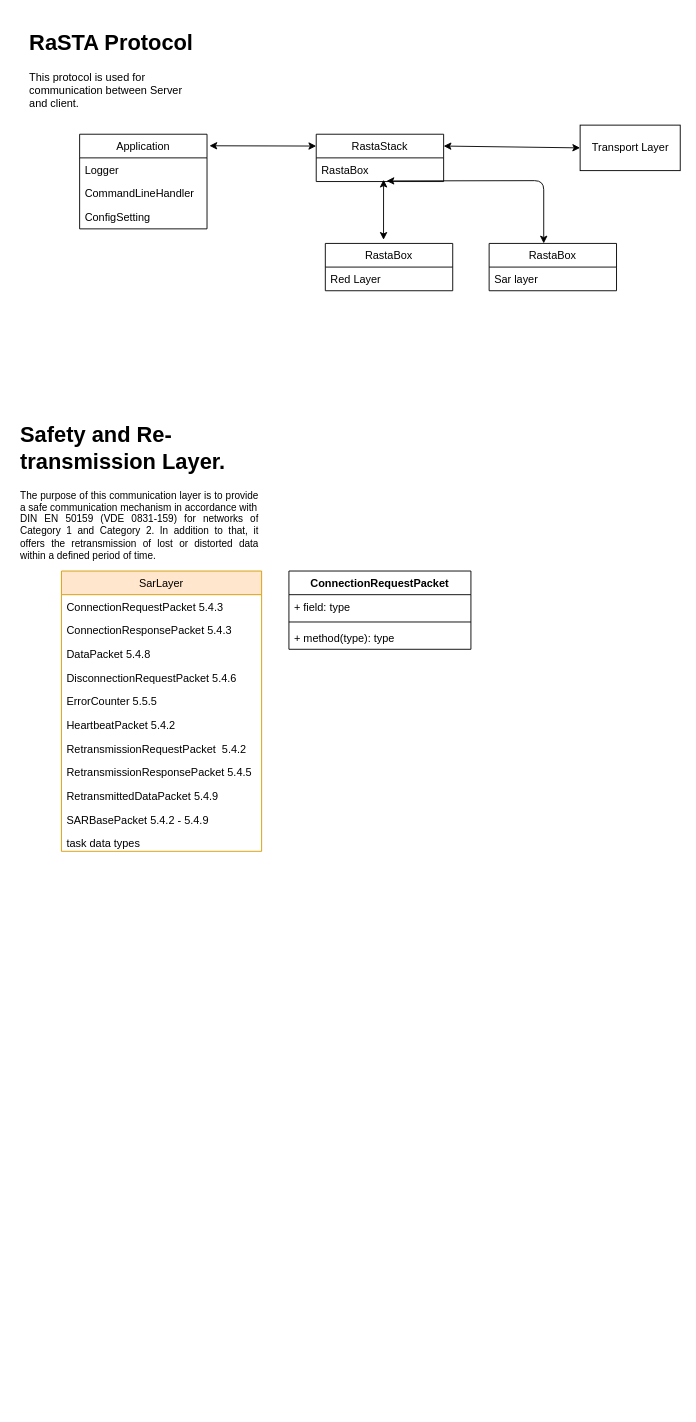
The draw.io diagram Untitled Diagram.drawio in rvsolanki97/Speaker_Identification_python_project, before the edit. Source tidied: cells renumbered, new cells numbered last; positions are measured from the earlier drawing's top-left corner, leaving out a move shared by most shapes. Both pictures are drawn from the tidied source at 91%, with x=0, y=0 at pixel (15, 25).
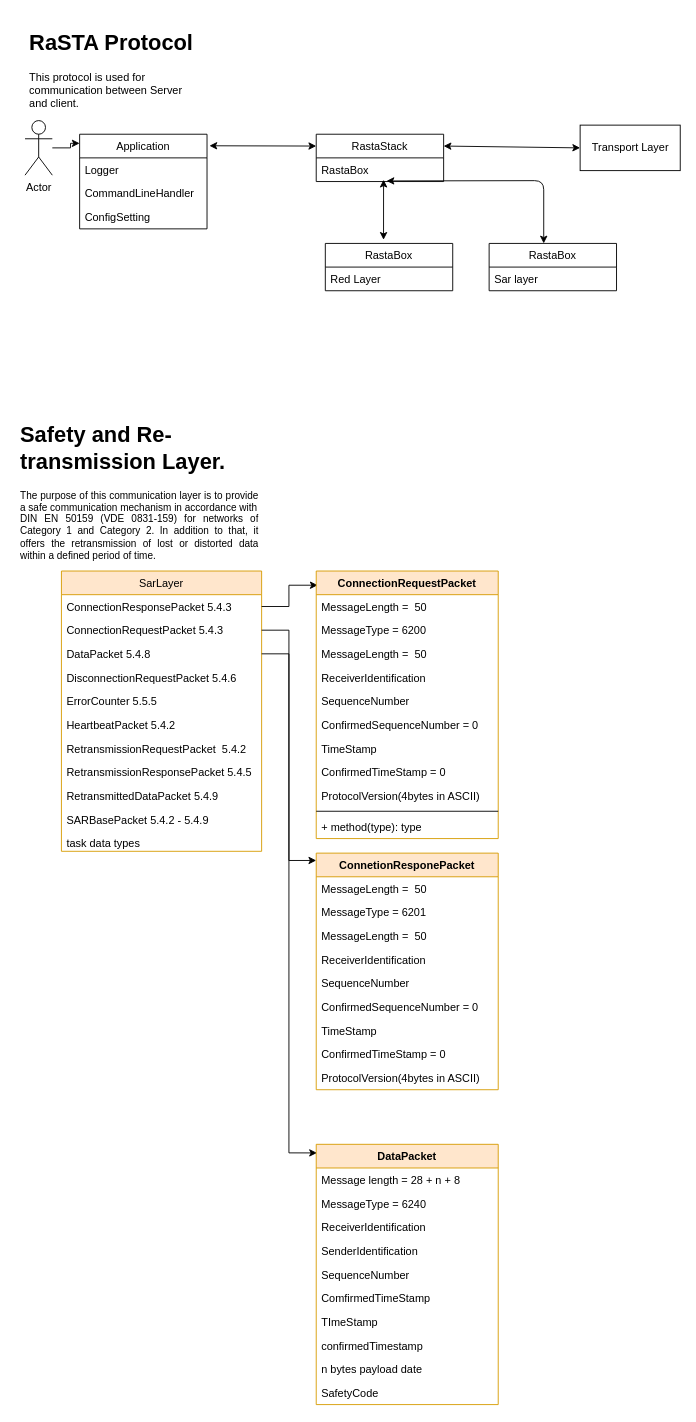
After the change.

The change refers to these unchanged cells:
```xml
<mxCell id="3" value="Application" style="swimlane;fontStyle=0;horizontal=1;startSize=26;fillColor=none;" parent="1" vertex="1">
  <mxGeometry x="70" y="120" width="140" height="104" as="geometry" />
</mxCell>
<mxCell id="19" value="SarLayer" style="swimlane;fontStyle=0;horizontal=1;startSize=26;fillColor=#ffe6cc;strokeColor=#d79b00;" parent="1" vertex="1">
  <mxGeometry x="50" y="600" width="220" height="308" as="geometry" />
</mxCell>
<mxCell id="22" value="DataPacket 5.4.8" style="text;strokeColor=none;fillColor=none;align=left;verticalAlign=top;spacingLeft=4;spacingRight=4;overflow=hidden;points=[[0,0.5],[1,0.5]];portConstraint=eastwest;" parent="19" vertex="1">
  <mxGeometry y="78" width="220" height="26" as="geometry" />
</mxCell>
```

Change to the diagram source:
```diff
@@
+    <mxCell id="21" value="ConnectionResponsePacket 5.4.3" style="text;strokeColor=none;fillColor=none;align=left;verticalAlign=top;spacingLeft=4;spacingRight=4;overflow=hidden;points=[[0,0.5],[1,0.5]];portConstraint=eastwest;" parent="19" vertex="1">
+      <mxGeometry y="26" width="220" height="26" as="geometry" />
+    </mxCell>
     <mxCell id="20" value="ConnectionRequestPacket 5.4.3" style="text;strokeColor=none;fillColor=none;align=left;verticalAlign=top;spacingLeft=4;spacingRight=4;overflow=hidden;points=[[0,0.5],[1,0.5]];portConstraint=eastwest;" parent="19" vertex="1">
-      <mxGeometry y="26" width="220" height="26" as="geometry" />
+      <mxGeometry y="52" width="220" height="26" as="geometry" />
     </mxCell>
-    <mxCell id="21" value="ConnectionResponsePacket 5.4.3" style="text;strokeColor=none;fillColor=none;align=left;verticalAlign=top;spacingLeft=4;spacingRight=4;overflow=hidden;points=[[0,0.5],[1,0.5]];portConstraint=eastwest;" parent="19" vertex="1">
-      <mxGeometry y="52" width="220" height="26" as="geometry" />
-    </mxCell>
@@
+    <mxCell id="35" style="edgeStyle=orthogonalEdgeStyle;rounded=0;jettySize=auto;html=1;entryX=0.008;entryY=0.053;entryDx=0;entryDy=0;entryPerimeter=0;" parent="1" edge="1" source="21" target="31">
+      <mxGeometry relative="1" as="geometry" />
+    </mxCell>
-    <mxCell id="31" value="ConnectionRequestPacket" style="swimlane;fontStyle=1;align=center;verticalAlign=top;horizontal=1;startSize=26;" parent="1" vertex="1">
-      <mxGeometry x="300" y="600" width="200" height="86" as="geometry" />
+    <mxCell id="31" value="ConnectionRequestPacket" style="swimlane;fontStyle=1;align=center;verticalAlign=top;horizontal=1;startSize=26;fillColor=#ffe6cc;strokeColor=#d79b00;" parent="1" vertex="1">
+      <mxGeometry x="330" y="600" width="200" height="294" as="geometry" />
     </mxCell>
-    <mxCell id="32" value="+ field: type" style="text;strokeColor=none;fillColor=none;align=left;verticalAlign=top;spacingLeft=4;spacingRight=4;overflow=hidden;" parent="31" vertex="1">
+    <mxCell id="32" value="MessageLength =  50" style="text;strokeColor=none;fillColor=none;align=left;verticalAlign=top;spacingLeft=4;spacingRight=4;overflow=hidden;" parent="31" vertex="1">
       <mxGeometry y="26" width="200" height="26" as="geometry" />
     </mxCell>
+    <mxCell id="36" value="MessageType = 6200" style="text;strokeColor=none;fillColor=none;align=left;verticalAlign=top;spacingLeft=4;spacingRight=4;overflow=hidden;" parent="31" vertex="1">
+      <mxGeometry y="52" width="200" height="26" as="geometry" />
+    </mxCell>
+    <mxCell id="37" value="MessageLength =  50" style="text;strokeColor=none;fillColor=none;align=left;verticalAlign=top;spacingLeft=4;spacingRight=4;overflow=hidden;" parent="31" vertex="1">
+      <mxGeometry y="78" width="200" height="26" as="geometry" />
+    </mxCell>
+    <mxCell id="38" value="ReceiverIdentification" style="text;strokeColor=none;fillColor=none;align=left;verticalAlign=top;spacingLeft=4;spacingRight=4;overflow=hidden;" parent="31" vertex="1">
+      <mxGeometry y="104" width="200" height="26" as="geometry" />
+    </mxCell>
+    <mxCell id="39" value="SequenceNumber" style="text;strokeColor=none;fillColor=none;align=left;verticalAlign=top;spacingLeft=4;spacingRight=4;overflow=hidden;" parent="31" vertex="1">
+      <mxGeometry y="130" width="200" height="26" as="geometry" />
+    </mxCell>
+    <mxCell id="40" value="ConfirmedSequenceNumber = 0" style="text;strokeColor=none;fillColor=none;align=left;verticalAlign=top;spacingLeft=4;spacingRight=4;overflow=hidden;" parent="31" vertex="1">
+      <mxGeometry y="156" width="200" height="26" as="geometry" />
+    </mxCell>
+    <mxCell id="41" value="TimeStamp" style="text;strokeColor=none;fillColor=none;align=left;verticalAlign=top;spacingLeft=4;spacingRight=4;overflow=hidden;" parent="31" vertex="1">
+      <mxGeometry y="182" width="200" height="26" as="geometry" />
+    </mxCell>
+    <mxCell id="42" value="ConfirmedTimeStamp = 0" style="text;strokeColor=none;fillColor=none;align=left;verticalAlign=top;spacingLeft=4;spacingRight=4;overflow=hidden;" parent="31" vertex="1">
+      <mxGeometry y="208" width="200" height="26" as="geometry" />
+    </mxCell>
+    <mxCell id="43" value="ProtocolVersion(4bytes in ASCII)" style="text;strokeColor=none;fillColor=none;align=left;verticalAlign=top;spacingLeft=4;spacingRight=4;overflow=hidden;" parent="31" vertex="1">
+      <mxGeometry y="234" width="200" height="26" as="geometry" />
+    </mxCell>
     <mxCell id="33" style="line;strokeWidth=1;fillColor=none;align=left;verticalAlign=middle;spacingTop=-1;spacingLeft=3;spacingRight=3;labelPosition=right;" parent="31" vertex="1">
-      <mxGeometry y="52" width="200" height="8" as="geometry" />
+      <mxGeometry y="260" width="200" height="8" as="geometry" />
     </mxCell>
     <mxCell id="34" value="+ method(type): type" style="text;strokeColor=none;fillColor=none;align=left;verticalAlign=top;spacingLeft=4;spacingRight=4;overflow=hidden;" parent="31" vertex="1">
-      <mxGeometry y="60" width="200" height="26" as="geometry" />
+      <mxGeometry y="268" width="200" height="26" as="geometry" />
     </mxCell>
+    <mxCell id="44" value="ConnetionResponePacket" style="swimlane;fontStyle=1;align=center;verticalAlign=top;horizontal=1;startSize=26;fillColor=#ffe6cc;strokeColor=#d79b00;" parent="1" vertex="1">
+      <mxGeometry x="330" y="910" width="200" height="260" as="geometry" />
+    </mxCell>
+    <mxCell id="45" value="MessageLength =  50" style="text;strokeColor=none;fillColor=none;align=left;verticalAlign=top;spacingLeft=4;spacingRight=4;overflow=hidden;" parent="44" vertex="1">
+      <mxGeometry y="26" width="200" height="26" as="geometry" />
+    </mxCell>
+    <mxCell id="46" value="MessageType = 6201" style="text;strokeColor=none;fillColor=none;align=left;verticalAlign=top;spacingLeft=4;spacingRight=4;overflow=hidden;" parent="44" vertex="1">
+      <mxGeometry y="52" width="200" height="26" as="geometry" />
+    </mxCell>
+    <mxCell id="47" value="MessageLength =  50" style="text;strokeColor=none;fillColor=none;align=left;verticalAlign=top;spacingLeft=4;spacingRight=4;overflow=hidden;" parent="44" vertex="1">
+      <mxGeometry y="78" width="200" height="26" as="geometry" />
+    </mxCell>
+    <mxCell id="48" value="ReceiverIdentification" style="text;strokeColor=none;fillColor=none;align=left;verticalAlign=top;spacingLeft=4;spacingRight=4;overflow=hidden;" parent="44" vertex="1">
+      <mxGeometry y="104" width="200" height="26" as="geometry" />
+    </mxCell>
+    <mxCell id="49" value="SequenceNumber" style="text;strokeColor=none;fillColor=none;align=left;verticalAlign=top;spacingLeft=4;spacingRight=4;overflow=hidden;" parent="44" vertex="1">
+      <mxGeometry y="130" width="200" height="26" as="geometry" />
+    </mxCell>
+    <mxCell id="50" value="ConfirmedSequenceNumber = 0" style="text;strokeColor=none;fillColor=none;align=left;verticalAlign=top;spacingLeft=4;spacingRight=4;overflow=hidden;" parent="44" vertex="1">
+      <mxGeometry y="156" width="200" height="26" as="geometry" />
+    </mxCell>
+    <mxCell id="51" value="TimeStamp" style="text;strokeColor=none;fillColor=none;align=left;verticalAlign=top;spacingLeft=4;spacingRight=4;overflow=hidden;" parent="44" vertex="1">
+      <mxGeometry y="182" width="200" height="26" as="geometry" />
+    </mxCell>
+    <mxCell id="52" value="ConfirmedTimeStamp = 0" style="text;strokeColor=none;fillColor=none;align=left;verticalAlign=top;spacingLeft=4;spacingRight=4;overflow=hidden;" parent="44" vertex="1">
+      <mxGeometry y="208" width="200" height="26" as="geometry" />
+    </mxCell>
+    <mxCell id="53" value="ProtocolVersion(4bytes in ASCII)" style="text;strokeColor=none;fillColor=none;align=left;verticalAlign=top;spacingLeft=4;spacingRight=4;overflow=hidden;" parent="44" vertex="1">
+      <mxGeometry y="234" width="200" height="26" as="geometry" />
+    </mxCell>
+    <mxCell id="54" style="edgeStyle=orthogonalEdgeStyle;rounded=0;jettySize=auto;html=1;entryX=0;entryY=0.031;entryDx=0;entryDy=0;entryPerimeter=0;" parent="1" edge="1" source="20" target="44">
+      <mxGeometry relative="1" as="geometry" />
+    </mxCell>
+    <mxCell id="55" style="edgeStyle=orthogonalEdgeStyle;rounded=0;jettySize=auto;html=1;entryX=0;entryY=0.096;entryDx=0;entryDy=0;entryPerimeter=0;" parent="1" edge="1" source="56" target="3">
+      <mxGeometry relative="1" as="geometry" />
+    </mxCell>
+    <mxCell id="56" value="Actor" style="shape=umlActor;verticalLabelPosition=bottom;verticalAlign=top;html=1;outlineConnect=0;" parent="1" vertex="1">
+      <mxGeometry x="10" y="105" width="30" height="60" as="geometry" />
+    </mxCell>
+    <mxCell id="57" style="text;strokeColor=none;fillColor=none;align=left;verticalAlign=middle;spacingTop=-1;spacingLeft=4;spacingRight=4;labelPosition=right;" parent="1" vertex="1">
+      <mxGeometry x="370" y="770" width="20" height="14" as="geometry" />
+    </mxCell>
+    <mxCell id="58" style="edgeStyle=orthogonalEdgeStyle;rounded=0;jettySize=auto;html=1;entryX=0.004;entryY=0.033;entryDx=0;entryDy=0;entryPerimeter=0;" parent="1" edge="1" source="22" target="59">
+      <mxGeometry relative="1" as="geometry" />
+    </mxCell>
+    <mxCell id="59" value="DataPacket" style="swimlane;fontStyle=1;align=center;verticalAlign=top;horizontal=1;startSize=26;fillColor=#ffe6cc;strokeColor=#d79b00;" parent="1" vertex="1">
+      <mxGeometry x="330" y="1230" width="200" height="286" as="geometry" />
+    </mxCell>
+    <mxCell id="60" value="Message length = 28 + n + 8" style="text;strokeColor=none;fillColor=none;align=left;verticalAlign=top;spacingLeft=4;spacingRight=4;overflow=hidden;" parent="59" vertex="1">
+      <mxGeometry y="26" width="200" height="26" as="geometry" />
+    </mxCell>
+    <mxCell id="61" value="MessageType = 6240" style="text;strokeColor=none;fillColor=none;align=left;verticalAlign=top;spacingLeft=4;spacingRight=4;overflow=hidden;" parent="59" vertex="1">
+      <mxGeometry y="52" width="200" height="26" as="geometry" />
+    </mxCell>
+    <mxCell id="62" value="ReceiverIdentification" style="text;strokeColor=none;fillColor=none;align=left;verticalAlign=top;spacingLeft=4;spacingRight=4;overflow=hidden;" parent="59" vertex="1">
+      <mxGeometry y="78" width="200" height="26" as="geometry" />
+    </mxCell>
+    <mxCell id="63" value="SenderIdentification" style="text;strokeColor=none;fillColor=none;align=left;verticalAlign=top;spacingLeft=4;spacingRight=4;overflow=hidden;" parent="59" vertex="1">
+      <mxGeometry y="104" width="200" height="26" as="geometry" />
+    </mxCell>
+    <mxCell id="64" value="SequenceNumber" style="text;strokeColor=none;fillColor=none;align=left;verticalAlign=top;spacingLeft=4;spacingRight=4;overflow=hidden;" parent="59" vertex="1">
+      <mxGeometry y="130" width="200" height="26" as="geometry" />
+    </mxCell>
+    <mxCell id="65" value="ComfirmedTimeStamp" style="text;strokeColor=none;fillColor=none;align=left;verticalAlign=top;spacingLeft=4;spacingRight=4;overflow=hidden;" parent="59" vertex="1">
+      <mxGeometry y="156" width="200" height="26" as="geometry" />
+    </mxCell>
+    <mxCell id="66" value="TImeStamp" style="text;strokeColor=none;fillColor=none;align=left;verticalAlign=top;spacingLeft=4;spacingRight=4;overflow=hidden;" parent="59" vertex="1">
+      <mxGeometry y="182" width="200" height="26" as="geometry" />
+    </mxCell>
+    <mxCell id="67" value="confirmedTimestamp" style="text;strokeColor=none;fillColor=none;align=left;verticalAlign=top;spacingLeft=4;spacingRight=4;overflow=hidden;" parent="59" vertex="1">
+      <mxGeometry y="208" width="200" height="26" as="geometry" />
+    </mxCell>
+    <mxCell id="68" value="n bytes payload date" style="text;strokeColor=none;fillColor=none;align=left;verticalAlign=top;spacingLeft=4;spacingRight=4;overflow=hidden;" parent="59" vertex="1">
+      <mxGeometry y="234" width="200" height="26" as="geometry" />
+    </mxCell>
+    <mxCell id="69" value="SafetyCode" style="text;strokeColor=none;fillColor=none;align=left;verticalAlign=top;spacingLeft=4;spacingRight=4;overflow=hidden;" parent="59" vertex="1">
+      <mxGeometry y="260" width="200" height="26" as="geometry" />
+    </mxCell>
```
